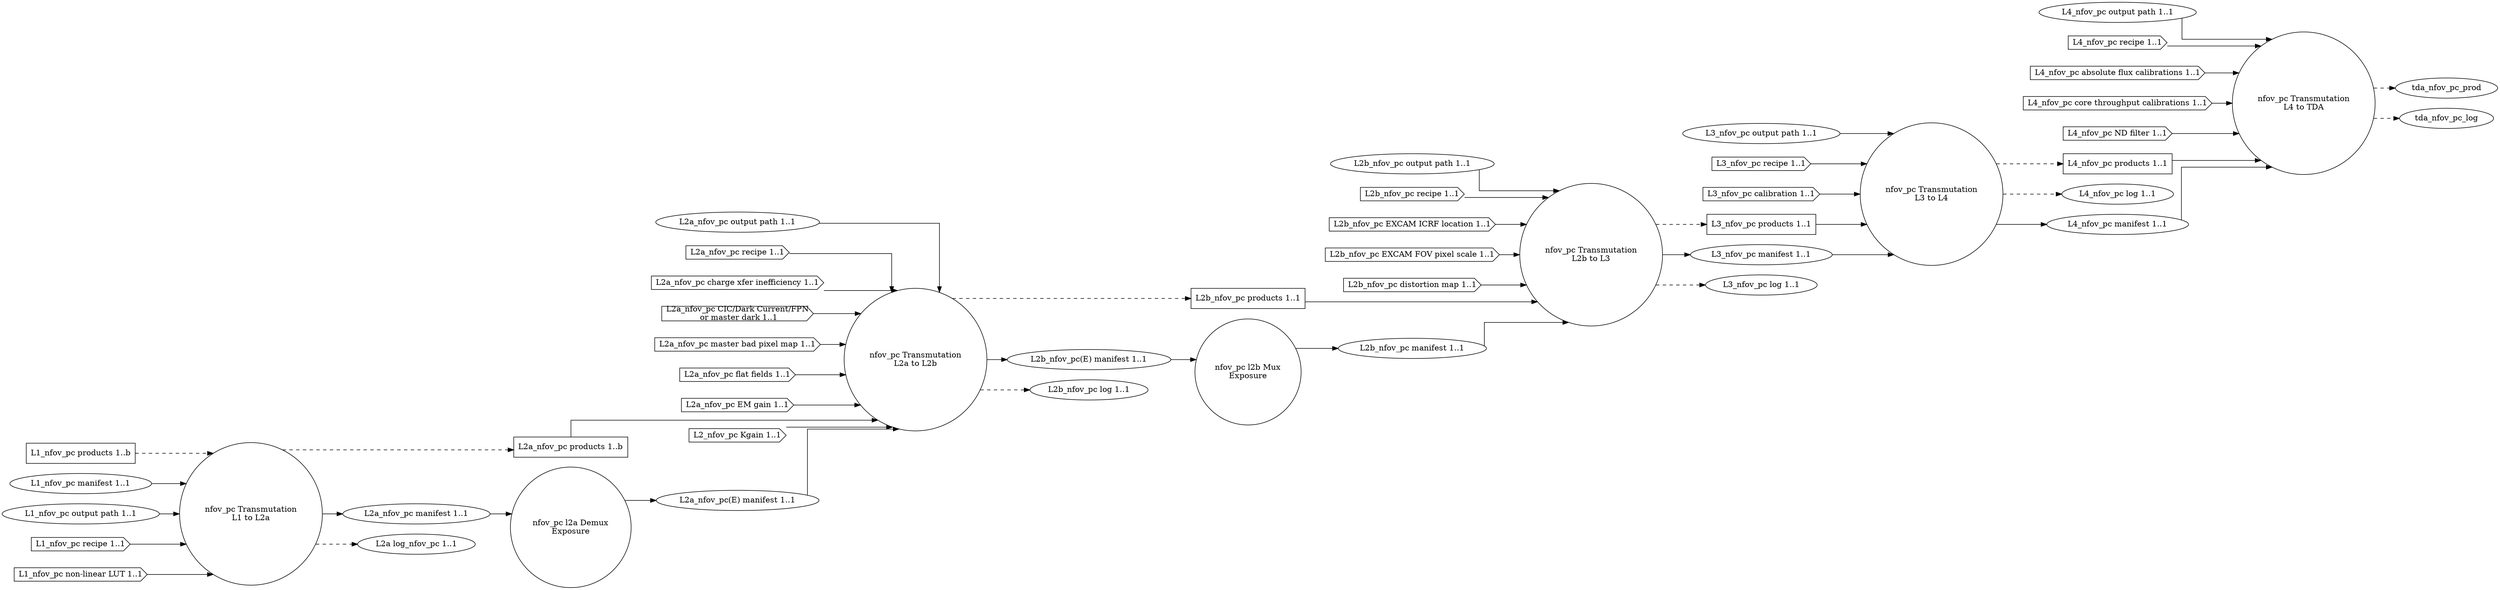
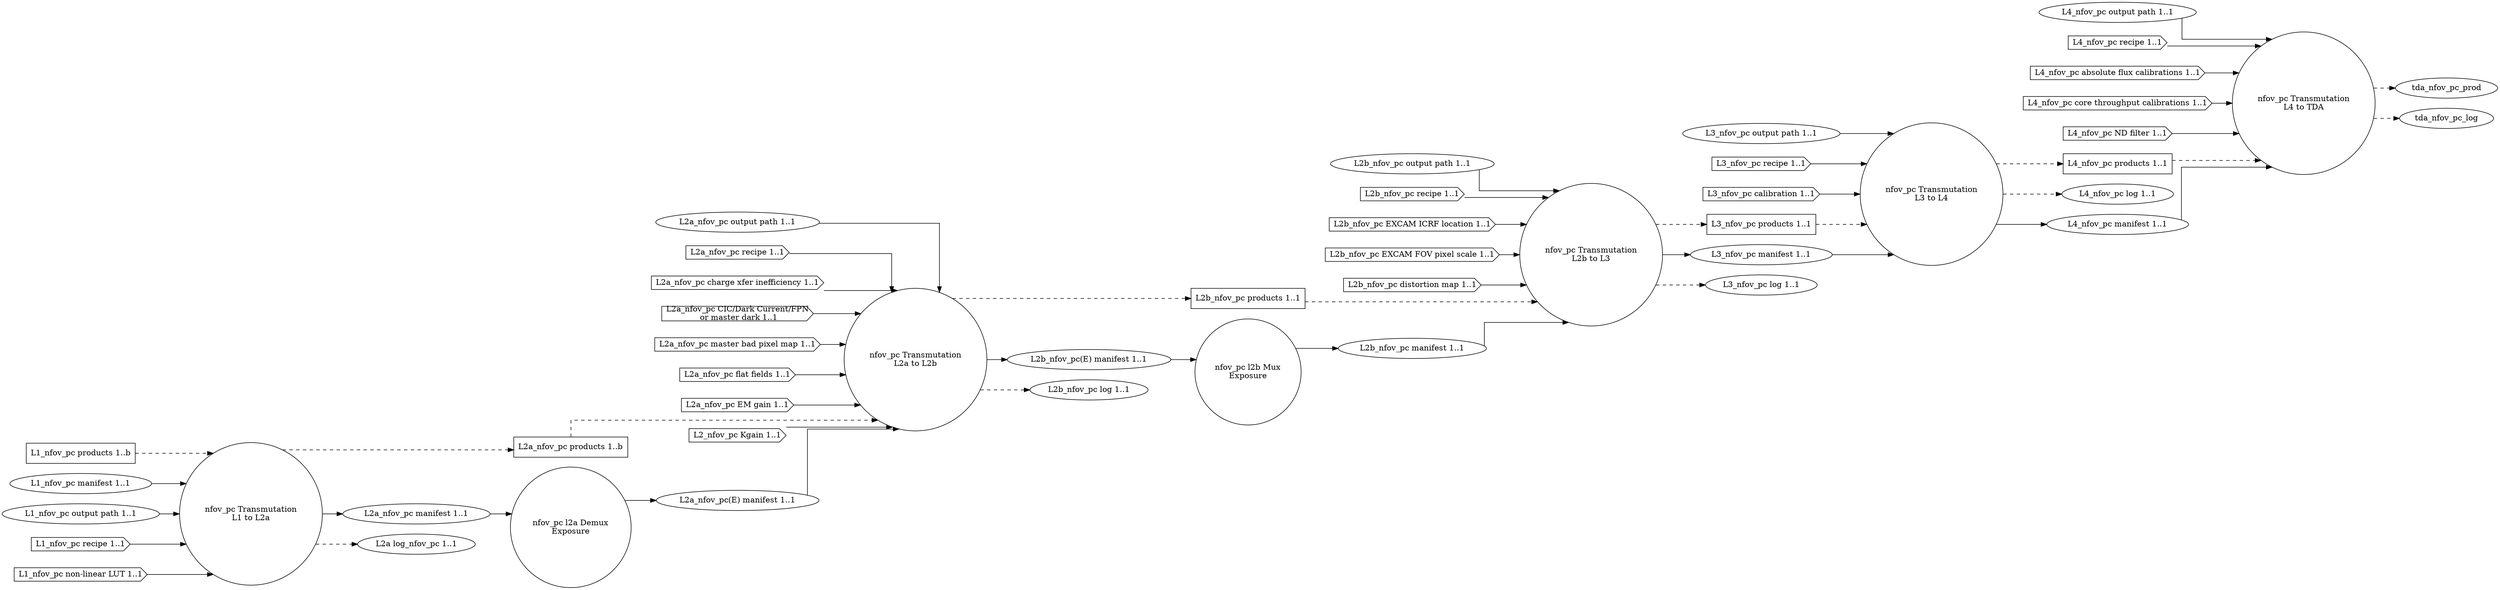
digraph NarrowFieldOfViewPhotonCount
{
  graph [splines="ortho", rankdir=LR];

  trans_nfov_pc_l1_l2a [label="nfov_pc Transmutation\nL1 to L2a", shape="circle"];
  l2a_nfov_pc_demux [label="nfov_pc l2a Demux\nExposure" shape="circle"];
  trans_nfov_pc_l2a_l2b [label="nfov_pc Transmutation\nL2a to L2b", shape="circle"];
  l2b_nfov_pc_mux [label="nfov_pc l2b Mux\nExposure", shape="circle"];
  trans_nfov_pc_l2b_l3 [label="nfov_pc Transmutation\nL2b to L3", shape="circle"];
  trans_nfov_pc_l3_l4 [label="nfov_pc Transmutation\nL3 to L4", shape="circle"];
  trans_nfov_pc_l4_tda [label="nfov_pc Transmutation\nL4 to TDA", shape="circle"];

  l1_nfov_pc_prod [label="L1_nfov_pc products 1..b", shape="rectangle"];
  l1_nfov_pc_man [label="L1_nfov_pc manifest 1..1", shape="ellipse"];
  l1_nfov_pc_odir [label="L1_nfov_pc output path 1..1", shape="ellipse"];
  l1_nfov_pc_rec [label="L1_nfov_pc recipe 1..1", shape="cds"];
  l1_nfov_pc_nllut [label="L1_nfov_pc non-linear LUT 1..1", shape="cds"];

  l2a_nfov_pc_prod [label="L2a_nfov_pc products 1..b", shape="rectangle"];
  l2a_nfov_pc_man [label="L2a_nfov_pc manifest 1..1", shape="ellipse"];
  l2a_nfov_pc_odir [label="L2a_nfov_pc output path 1..1", shape="ellipse"];
  l2a_nfov_pc_rec [label="L2a_nfov_pc recipe 1..1", shape="cds"];
  l2a_nfov_pc_cti [label="L2a_nfov_pc charge xfer inefficiency 1..1", shape="cds"];
  l2a_nfov_pc_dnb [label="L2a_nfov_pc CIC/Dark Current/FPN\n or master dark 1..1", shape="cds"];
  l2a_nfov_pc_mbpm [label="L2a_nfov_pc master bad pixel map 1..1", shape="cds"];
  l2a_nfov_pc_ff [label="L2a_nfov_pc flat fields 1..1", shape="cds"];
  l2a_nfov_pc_emg [label="L2a_nfov_pc EM gain 1..1", shape="cds"];
  l2a_nfov_pc_kgain [label="L2_nfov_pc Kgain 1..1", shape="cds"];
  l2a_nfov_pc_log [label="L2a log_nfov_pc 1..1", shape="ellipse"];
  l2a_nfov_pc_man_demux [label="L2a_nfov_pc(E) manifest 1..1", shape="ellipse"];

  l2b_nfov_pc_prod [label="L2b_nfov_pc products 1..1", shape="rectangle"];
  l2b_nfov_pc_man [label="L2b_nfov_pc manifest 1..1", shape="ellipse"];
  l2b_nfov_pc_odir [label="L2b_nfov_pc output path 1..1", shape="ellipse"];
  l2b_nfov_pc_rec [label="L2b_nfov_pc recipe 1..1", shape="cds"];
  l2b_nfov_pc_excicrf [label="L2b_nfov_pc EXCAM ICRF location 1..1", shape="cds"];
  l2b_nfov_pc_excfovps [label="L2b_nfov_pc EXCAM FOV pixel scale 1..1", shape="cds"];
  l2b_nfov_pc_distm [label="L2b_nfov_pc distortion map 1..1", shape="cds"];
  l2b_nfov_pc_man_demux [label="L2b_nfov_pc(E) manifest 1..1", shape="ellipse"];
  l2b_nfov_pc_log [label="L2b_nfov_pc log 1..1", shape="ellipse"];

  l3_nfov_pc_prod [label="L3_nfov_pc products 1..1", shape="rectangle"];
  l3_nfov_pc_odir [label="L3_nfov_pc output path 1..1", shape="ellipse"];
  l3_nfov_pc_man [label="L3_nfov_pc manifest 1..1", shape="ellipse"];
  l3_nfov_pc_rec [label="L3_nfov_pc recipe 1..1", shape="cds"];
  l3_nfov_pc_cal [label="L3_nfov_pc calibration 1..1", shape="cds"];
  l3_nfov_pc_log [label="L3_nfov_pc log 1..1", shape="ellipse"];

  l4_nfov_pc_prod [label="L4_nfov_pc products 1..1", shape="rectangle"];
  l4_nfov_pc_odir [label="L4_nfov_pc output path 1..1", shape="ellipse"];
  l4_nfov_pc_log [label="L4_nfov_pc log 1..1", shape="ellipse"];
  l4_nfov_pc_man [label="L4_nfov_pc manifest 1..1", shape="ellipse"];
  l4_nfov_pc_rec [label="L4_nfov_pc recipe 1..1", shape="cds"];
  l4_nfov_pc_afcal [label="L4_nfov_pc absolute flux calibrations 1..1", shape="cds"];
  l4_nfov_pc_ctcal [label="L4_nfov_pc core throughput calibrations 1..1", shape="cds"];
  l4_nfov_pc_ndfilt [label="L4_nfov_pc ND filter 1..1", shape="cds"];

  l1_nfov_pc_prod -> trans_nfov_pc_l1_l2a [style="dashed"];
  l1_nfov_pc_man -> trans_nfov_pc_l1_l2a;
  l1_nfov_pc_odir -> trans_nfov_pc_l1_l2a;
  l1_nfov_pc_rec -> trans_nfov_pc_l1_l2a;
  l1_nfov_pc_nllut -> trans_nfov_pc_l1_l2a;

  trans_nfov_pc_l1_l2a -> l2a_nfov_pc_prod [style="dashed"];
  trans_nfov_pc_l1_l2a -> l2a_nfov_pc_man;
  trans_nfov_pc_l1_l2a -> l2a_nfov_pc_log  [style="dashed"];

-   l2a_nfov_pc_prod -> trans_nfov_pc_l2a_l2b;
+   l2a_nfov_pc_prod -> trans_nfov_pc_l2a_l2b [style="dashed"];
  l2a_nfov_pc_kgain -> trans_nfov_pc_l2a_l2b;
  l2a_nfov_pc_odir -> trans_nfov_pc_l2a_l2b;
  l2a_nfov_pc_rec -> trans_nfov_pc_l2a_l2b;
  l2a_nfov_pc_cti -> trans_nfov_pc_l2a_l2b;
  l2a_nfov_pc_dnb -> trans_nfov_pc_l2a_l2b;
  l2a_nfov_pc_mbpm -> trans_nfov_pc_l2a_l2b;
  l2a_nfov_pc_ff -> trans_nfov_pc_l2a_l2b;
  l2a_nfov_pc_emg -> trans_nfov_pc_l2a_l2b;

  trans_nfov_pc_l2a_l2b -> l2b_nfov_pc_prod [style="dashed"];
  trans_nfov_pc_l2a_l2b -> l2b_nfov_pc_man_demux;
  trans_nfov_pc_l2a_l2b -> l2b_nfov_pc_log  [style="dashed"];

  l2a_nfov_pc_man -> l2a_nfov_pc_demux;
  l2a_nfov_pc_demux -> l2a_nfov_pc_man_demux;
  l2a_nfov_pc_man_demux -> trans_nfov_pc_l2a_l2b;

  l2b_nfov_pc_man_demux -> l2b_nfov_pc_mux;
  l2b_nfov_pc_mux -> l2b_nfov_pc_man;

-   l2b_nfov_pc_prod -> trans_nfov_pc_l2b_l3;
+   l2b_nfov_pc_prod -> trans_nfov_pc_l2b_l3 [style="dashed"];
  l2b_nfov_pc_man -> trans_nfov_pc_l2b_l3;
  l2b_nfov_pc_odir -> trans_nfov_pc_l2b_l3;
  l2b_nfov_pc_rec -> trans_nfov_pc_l2b_l3;
  l2b_nfov_pc_excicrf -> trans_nfov_pc_l2b_l3;
  l2b_nfov_pc_excfovps -> trans_nfov_pc_l2b_l3;
  l2b_nfov_pc_distm -> trans_nfov_pc_l2b_l3;
  trans_nfov_pc_l2b_l3 -> l3_nfov_pc_prod [style="dashed"];
  trans_nfov_pc_l2b_l3 -> l3_nfov_pc_man;
  trans_nfov_pc_l2b_l3 -> l3_nfov_pc_log  [style="dashed"];

-   l3_nfov_pc_prod -> trans_nfov_pc_l3_l4;
+   l3_nfov_pc_prod -> trans_nfov_pc_l3_l4 [style="dashed"];
  l3_nfov_pc_man -> trans_nfov_pc_l3_l4;
  l3_nfov_pc_odir -> trans_nfov_pc_l3_l4;
  l3_nfov_pc_rec -> trans_nfov_pc_l3_l4;
  l3_nfov_pc_cal -> trans_nfov_pc_l3_l4;
  trans_nfov_pc_l3_l4 -> l4_nfov_pc_prod [style="dashed"];
  trans_nfov_pc_l3_l4 -> l4_nfov_pc_log  [style="dashed"];
  trans_nfov_pc_l3_l4 -> l4_nfov_pc_man;

-   l4_nfov_pc_prod -> trans_nfov_pc_l4_tda;
+   l4_nfov_pc_prod -> trans_nfov_pc_l4_tda [style="dashed"];
  l4_nfov_pc_man -> trans_nfov_pc_l4_tda;
  l4_nfov_pc_odir -> trans_nfov_pc_l4_tda;
  l4_nfov_pc_rec -> trans_nfov_pc_l4_tda;
  l4_nfov_pc_afcal -> trans_nfov_pc_l4_tda;
  l4_nfov_pc_ctcal -> trans_nfov_pc_l4_tda;
  l4_nfov_pc_ndfilt -> trans_nfov_pc_l4_tda;
  trans_nfov_pc_l4_tda -> tda_nfov_pc_prod [style="dashed"];
  trans_nfov_pc_l4_tda -> tda_nfov_pc_log  [style="dashed"];
}
